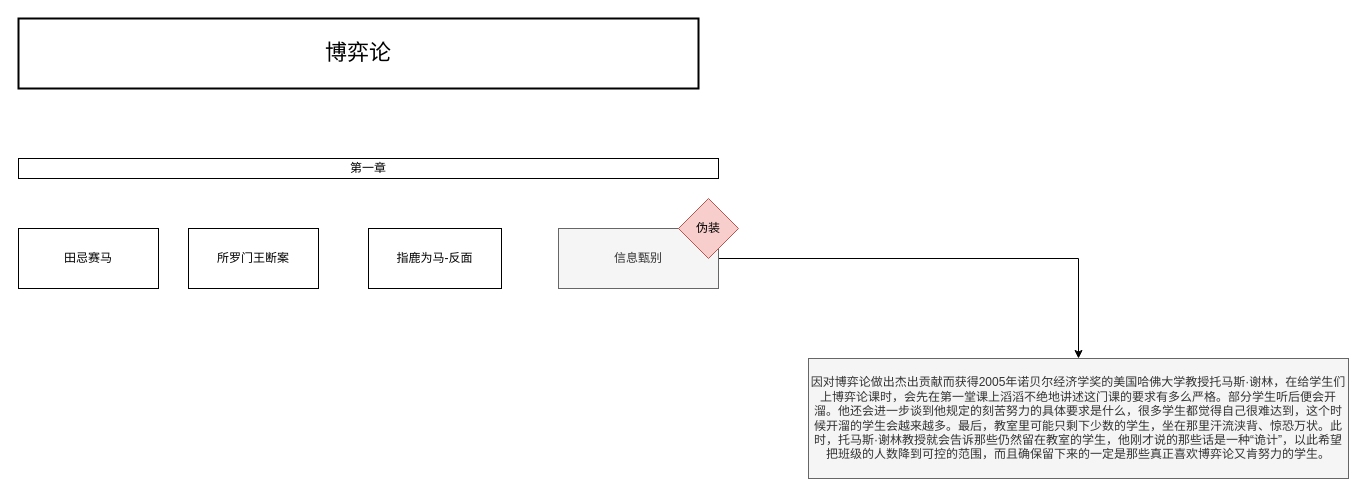
This is 博弈论.drawio from w1041660542/draw.io, a draw.io file, before an edit. Source tidied: cells renumbered, new cells numbered last; positions are measured from the earlier drawing's top-left corner, leaving out a move shared by most shapes. Both pictures are drawn from the tidied source at 100%, with x=0, y=0 at pixel (18, 18).
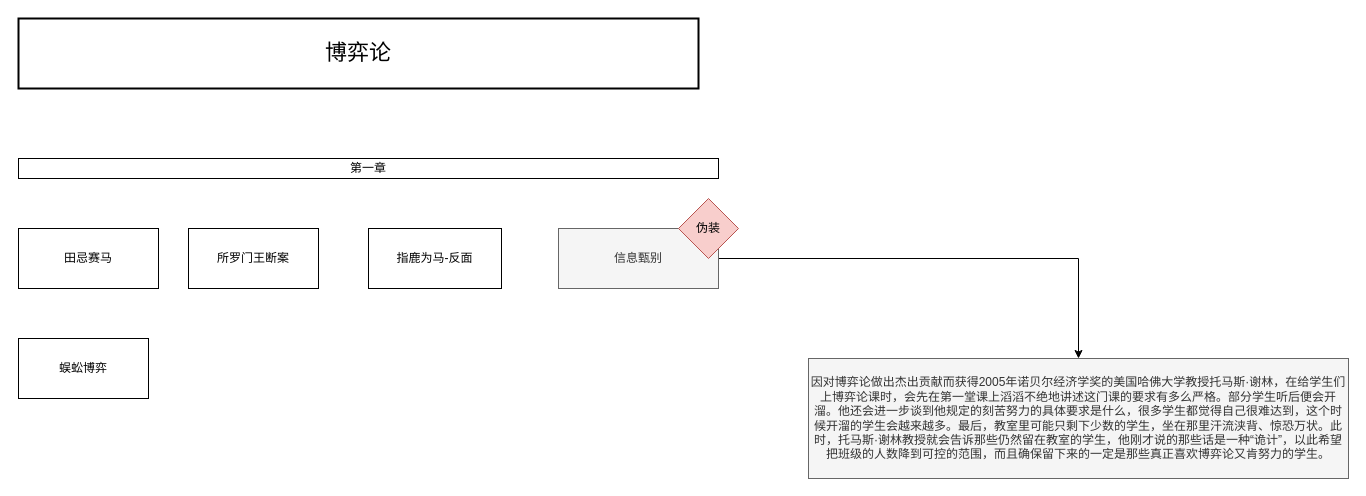
Above is the later version.

Commit message (it also covers changes not shown here):
更新博弈论.drawio

Diff of the diagram source:
```diff
@@
 <mxGraphModel>
   <root>
     <mxCell id="0" />
     <mxCell id="1" parent="0" />
     <mxCell id="2" value="&lt;font style=&quot;font-size: 22px;&quot;&gt;博弈论&lt;/font&gt;" style="rounded=0;whiteSpace=wrap;html=1;strokeWidth=2;" parent="1" vertex="1">
       <mxGeometry width="680" height="70" as="geometry" />
     </mxCell>
     <mxCell id="3" value="田忌赛马" style="rounded=0;whiteSpace=wrap;html=1;" parent="1" vertex="1">
       <mxGeometry y="210" width="140" height="60" as="geometry" />
     </mxCell>
     <mxCell id="4" value="所罗门王断案" style="rounded=0;whiteSpace=wrap;html=1;" parent="1" vertex="1">
       <mxGeometry x="170" y="210" width="130" height="60" as="geometry" />
     </mxCell>
     <mxCell id="5" value="指鹿为马-反面" style="rounded=0;whiteSpace=wrap;html=1;" parent="1" vertex="1">
       <mxGeometry x="350" y="210" width="133" height="60" as="geometry" />
     </mxCell>
     <mxCell id="6" value="第一章" style="rounded=0;whiteSpace=wrap;html=1;" parent="1" vertex="1">
       <mxGeometry y="140" width="700" height="20" as="geometry" />
     </mxCell>
     <mxCell id="7" style="edgeStyle=orthogonalEdgeStyle;rounded=0;jettySize=auto;html=1;entryX=0.5;entryY=0;entryDx=0;entryDy=0;" parent="1" edge="1" source="8" target="10">
       <mxGeometry relative="1" as="geometry" />
     </mxCell>
     <mxCell id="8" value="信息甄别" style="rounded=0;whiteSpace=wrap;html=1;fillColor=#f5f5f5;fontColor=#333333;strokeColor=#666666;" parent="1" vertex="1">
       <mxGeometry x="540" y="210" width="160" height="60" as="geometry" />
     </mxCell>
     <mxCell id="9" value="伪装" style="rhombus;whiteSpace=wrap;html=1;fillColor=#f8cecc;strokeColor=#b85450;" parent="1" vertex="1">
       <mxGeometry x="660" y="180" width="60" height="60" as="geometry" />
     </mxCell>
     <mxCell id="10" value="因对博弈论做出杰出贡献而获得2005年诺贝尔经济学奖的美国哈佛大学教授托马斯·谢林，在给学生们上博弈论课时，会先在第一堂课上滔滔不绝地讲述这门课的要求有多么严格。部分学生听后便会开溜。他还会进一步谈到他规定的刻苦努力的具体要求是什么，很多学生都觉得自己很难达到，这个时候开溜的学生会越来越多。最后，教室里可能只剩下少数的学生，坐在那里汗流浃背、惊恐万状。此时，托马斯·谢林教授就会告诉那些仍然留在教室的学生，他刚才说的那些话是一种“诡计”，以此希望把班级的人数降到可控的范围，而且确保留下来的一定是那些真正喜欢博弈论又肯努力的学生。" style="text;html=1;align=center;verticalAlign=middle;whiteSpace=wrap;rounded=0;fillColor=#f5f5f5;fontColor=#333333;strokeColor=#666666;" parent="1" vertex="1">
       <mxGeometry x="790" y="340" width="540" height="120" as="geometry" />
     </mxCell>
+    <mxCell id="11" value="蜈蚣博弈" style="rounded=0;whiteSpace=wrap;html=1;" parent="1" vertex="1">
+      <mxGeometry y="320" width="130" height="60" as="geometry" />
+    </mxCell>
   </root>
 </mxGraphModel>
```
